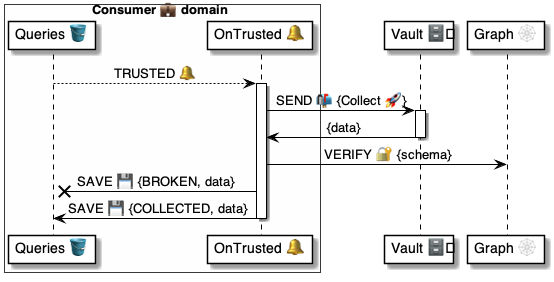
This is 4 ⚙️ Solution/41 🎭 Domain Roles/Consumers 💼/💼🪣 Consumer tables/Queries 🗄️ table/🪣🧱 22 Trusted 🔔 event/💼 OnQueryTrusted ⚙️ uml.png from pollyweb-org/pollyweb-docs, a PlantUML export, as it was before one commit. Its source is kept beside it as 4 ⚙️ Solution/41 🎭 Domain Roles/Consumers 💼/💼🪣 Consumer tables/Queries 🗄️ table/🪣🧱 22 Trusted 🔔 event/💼 OnQueryTrusted ⚙️ uml.puml.
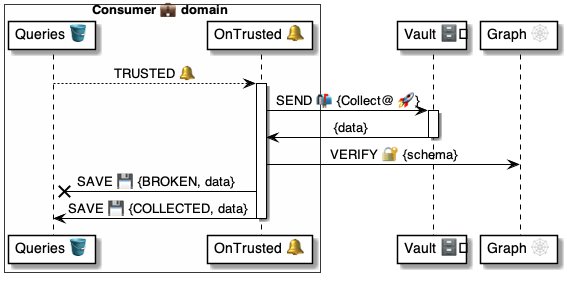
The same file after the commit.

The edit, as a diff of the source:
```diff
@@ -11,7 +11,7 @@
 table --> handler: TRUSTED 🔔
 
 activate handler
-    handler -> vault: SEND 📬 {Collect 🚀}
+    handler -> vault: SEND 📬 {Collect@ 🚀}
 
     activate vault
         vault -> handler: {data}
```
